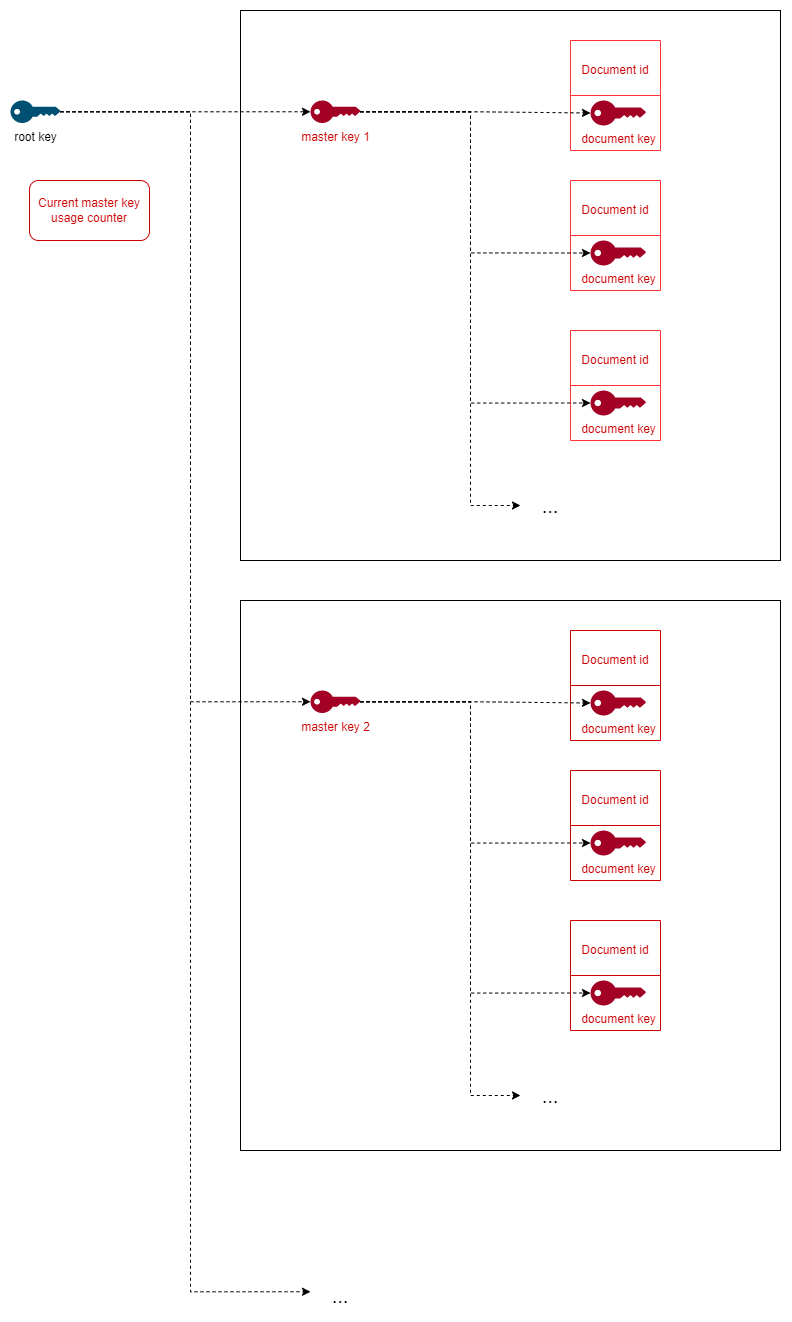
damienmaier/encrypted-vault keeps this draw.io diagram as readme-images/Storage document keys.drawio.png. Above is the earlier version. Source tidied: cells renumbered, new cells last; positions are measured from the earlier drawing's top-left corner, leaving out a move shared by most shapes.
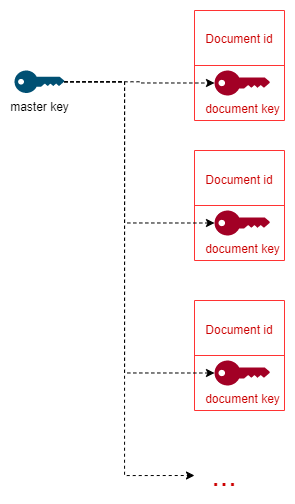
Above is the later version.

The edit, as a diff of the source:
```diff
@@ -2,22 +2,19 @@
   <root>
     <mxCell id="0" />
     <mxCell id="1" parent="0" />
-    <mxCell id="2" style="rounded=0;whiteSpace=wrap;html=1;fontSize=12;fillColor=none;" parent="1" vertex="1">
-      <mxGeometry x="230" width="540" height="550" as="geometry" />
-    </mxCell>
     <mxCell id="3" style="edgeStyle=orthogonalEdgeStyle;rounded=0;jettySize=auto;html=1;entryX=0;entryY=0.5;entryDx=0;entryDy=0;fontSize=12;dashed=1;" parent="1" edge="1" source="4" target="5">
       <mxGeometry relative="1" as="geometry">
         <Array as="points">
-          <mxPoint x="460" y="101" />
-          <mxPoint x="460" y="495" />
+          <mxPoint x="490" y="101" />
+          <mxPoint x="490" y="495" />
         </Array>
       </mxGeometry>
     </mxCell>
-    <mxCell id="4" value="&lt;font color=&quot;#cc0000&quot;&gt;master key 1&lt;/font&gt;" style="points=[[0,0.5,0],[0.24,0,0],[0.5,0.28,0],[0.995,0.475,0],[0.5,0.72,0],[0.24,1,0]];verticalLabelPosition=bottom;sketch=0;html=1;verticalAlign=top;align=center;shape=mxgraph.cisco19.key;fillColor=#a20025;strokeColor=#6F0000;fontColor=#ffffff;" parent="1" vertex="1">
-      <mxGeometry x="300" y="90" width="50" height="22.5" as="geometry" />
+    <mxCell id="4" value="&lt;font color=&quot;#000000&quot;&gt;master key&lt;br&gt;&lt;/font&gt;" style="points=[[0,0.5,0],[0.24,0,0],[0.5,0.28,0],[0.995,0.475,0],[0.5,0.72,0],[0.24,1,0]];verticalLabelPosition=bottom;sketch=0;html=1;verticalAlign=top;align=center;shape=mxgraph.cisco19.key;fillColor=#005073;strokeColor=#6F0000;fontColor=#ffffff;" parent="1" vertex="1">
+      <mxGeometry x="380" y="90" width="50" height="22.5" as="geometry" />
     </mxCell>
-    <mxCell id="5" value="&lt;font style=&quot;font-size: 20px;&quot;&gt;...&lt;/font&gt;" style="text;html=1;strokeColor=none;fillColor=none;align=center;verticalAlign=middle;whiteSpace=wrap;rounded=0;" parent="1" vertex="1">
-      <mxGeometry x="510" y="480" width="60" height="30" as="geometry" />
+    <mxCell id="5" value="&lt;font color=&quot;#cc0000&quot; style=&quot;font-size: 30px;&quot;&gt;...&lt;/font&gt;" style="text;html=1;strokeColor=none;fillColor=none;align=center;verticalAlign=middle;whiteSpace=wrap;rounded=0;" parent="1" vertex="1">
+      <mxGeometry x="560" y="480" width="60" height="30" as="geometry" />
     </mxCell>
     <mxCell id="6" style="shape=table;startSize=0;fontSize=15;strokeColor=#FF3333;" parent="1" vertex="1">
       <mxGeometry x="560" y="30" width="90" height="110" as="geometry" />
@@ -79,137 +76,18 @@
     <mxCell id="25" style="edgeStyle=orthogonalEdgeStyle;rounded=0;jettySize=auto;html=1;entryX=0;entryY=0.5;entryDx=0;entryDy=0;entryPerimeter=0;dashed=1;" parent="1" edge="1" source="4" target="18">
       <mxGeometry relative="1" as="geometry">
         <Array as="points">
-          <mxPoint x="460" y="101" />
-          <mxPoint x="460" y="243" />
+          <mxPoint x="490" y="101" />
+          <mxPoint x="490" y="243" />
         </Array>
       </mxGeometry>
     </mxCell>
     <mxCell id="26" style="edgeStyle=orthogonalEdgeStyle;rounded=0;jettySize=auto;html=1;entryX=0;entryY=0.5;entryDx=0;entryDy=0;entryPerimeter=0;dashed=1;" parent="1" edge="1" source="4" target="24">
       <mxGeometry relative="1" as="geometry">
         <Array as="points">
-          <mxPoint x="460" y="101" />
-          <mxPoint x="460" y="393" />
+          <mxPoint x="490" y="101" />
+          <mxPoint x="490" y="393" />
         </Array>
       </mxGeometry>
     </mxCell>
-    <mxCell id="27" style="rounded=0;whiteSpace=wrap;html=1;fontSize=12;fillColor=none;" parent="1" vertex="1">
-      <mxGeometry x="230" y="590" width="540" height="550" as="geometry" />
-    </mxCell>
-    <mxCell id="28" style="edgeStyle=orthogonalEdgeStyle;rounded=0;jettySize=auto;html=1;entryX=0;entryY=0.5;entryDx=0;entryDy=0;fontSize=12;dashed=1;" parent="1" edge="1" source="29" target="30">
-      <mxGeometry relative="1" as="geometry">
-        <Array as="points">
-          <mxPoint x="460" y="691" />
-          <mxPoint x="460" y="1085" />
-        </Array>
-      </mxGeometry>
-    </mxCell>
-    <mxCell id="29" value="&lt;font color=&quot;#cc0000&quot;&gt;master key 2&lt;/font&gt;" style="points=[[0,0.5,0],[0.24,0,0],[0.5,0.28,0],[0.995,0.475,0],[0.5,0.72,0],[0.24,1,0]];verticalLabelPosition=bottom;sketch=0;html=1;verticalAlign=top;align=center;shape=mxgraph.cisco19.key;fillColor=#a20025;strokeColor=#6F0000;fontColor=#ffffff;" parent="1" vertex="1">
-      <mxGeometry x="300" y="680" width="50" height="22.5" as="geometry" />
-    </mxCell>
-    <mxCell id="30" value="&lt;font style=&quot;font-size: 20px;&quot;&gt;...&lt;/font&gt;" style="text;html=1;strokeColor=none;fillColor=none;align=center;verticalAlign=middle;whiteSpace=wrap;rounded=0;" parent="1" vertex="1">
-      <mxGeometry x="510" y="1070" width="60" height="30" as="geometry" />
-    </mxCell>
-    <mxCell id="31" style="shape=table;startSize=0;fontSize=15;strokeColor=#CC0000;" parent="1" vertex="1">
-      <mxGeometry x="560" y="620" width="90" height="110" as="geometry" />
-    </mxCell>
-    <mxCell id="32" style="shape=tableRow;horizontal=0;startSize=0;swimlaneHead=0;swimlaneBody=0;top=0;left=0;bottom=0;right=0;fillColor=none;fontSize=15;" parent="31" vertex="1">
-      <mxGeometry width="90" height="55" as="geometry" />
-    </mxCell>
-    <mxCell id="33" value="&lt;span style=&quot;font-size: 12px;&quot;&gt;&lt;font color=&quot;#cc0000&quot;&gt;Document id&lt;/font&gt;&lt;/span&gt;" style="shape=partialRectangle;html=1;whiteSpace=wrap;overflow=hidden;fillColor=none;top=0;left=0;bottom=0;right=0;fontSize=15;strokeColor=#CC0000;" parent="32" vertex="1">
-      <mxGeometry width="90" height="55" as="geometry" />
-    </mxCell>
-    <mxCell id="34" style="shape=tableRow;horizontal=0;startSize=0;swimlaneHead=0;swimlaneBody=0;top=0;left=0;bottom=0;right=0;fillColor=none;fontSize=15;" parent="31" vertex="1">
-      <mxGeometry y="55" width="90" height="55" as="geometry" />
-    </mxCell>
-    <mxCell id="35" style="shape=partialRectangle;html=1;whiteSpace=wrap;overflow=hidden;fillColor=none;top=0;left=0;bottom=0;right=0;fontSize=15;" parent="34" vertex="1">
-      <mxGeometry width="90" height="55" as="geometry" />
-    </mxCell>
-    <mxCell id="36" value="&lt;font color=&quot;#cc0000&quot;&gt;document key&lt;/font&gt;" style="points=[[0,0.5,0],[0.24,0,0],[0.5,0.28,0],[0.995,0.475,0],[0.5,0.72,0],[0.24,1,0]];verticalLabelPosition=bottom;sketch=0;html=1;verticalAlign=top;align=center;shape=mxgraph.cisco19.key;fillColor=#a20025;strokeColor=#6F0000;fontColor=#ffffff;" parent="1" vertex="1">
-      <mxGeometry x="580" y="680" width="55.6" height="25" as="geometry" />
-    </mxCell>
-    <mxCell id="37" style="edgeStyle=orthogonalEdgeStyle;rounded=0;jettySize=auto;html=1;entryX=0;entryY=0.5;entryDx=0;entryDy=0;entryPerimeter=0;dashed=1;" parent="1" edge="1" source="29" target="36">
-      <mxGeometry relative="1" as="geometry" />
-    </mxCell>
-    <mxCell id="38" style="shape=table;startSize=0;fontSize=15;strokeColor=#CC0000;" parent="1" vertex="1">
-      <mxGeometry x="560" y="760" width="90" height="110" as="geometry" />
-    </mxCell>
-    <mxCell id="39" style="shape=tableRow;horizontal=0;startSize=0;swimlaneHead=0;swimlaneBody=0;top=0;left=0;bottom=0;right=0;fillColor=none;fontSize=15;" parent="38" vertex="1">
-      <mxGeometry width="90" height="55" as="geometry" />
-    </mxCell>
-    <mxCell id="40" value="&lt;span style=&quot;font-size: 12px;&quot;&gt;&lt;font color=&quot;#cc0000&quot;&gt;Document id&lt;/font&gt;&lt;/span&gt;" style="shape=partialRectangle;html=1;whiteSpace=wrap;overflow=hidden;fillColor=none;top=0;left=0;bottom=0;right=0;fontSize=15;" parent="39" vertex="1">
-      <mxGeometry width="90" height="55" as="geometry" />
-    </mxCell>
-    <mxCell id="41" style="shape=tableRow;horizontal=0;startSize=0;swimlaneHead=0;swimlaneBody=0;top=0;left=0;bottom=0;right=0;fillColor=none;fontSize=15;" parent="38" vertex="1">
-      <mxGeometry y="55" width="90" height="55" as="geometry" />
-    </mxCell>
-    <mxCell id="42" style="shape=partialRectangle;html=1;whiteSpace=wrap;overflow=hidden;fillColor=none;top=0;left=0;bottom=0;right=0;fontSize=15;" parent="41" vertex="1">
-      <mxGeometry width="90" height="55" as="geometry" />
-    </mxCell>
-    <mxCell id="43" value="&lt;font color=&quot;#cc0000&quot;&gt;document key&lt;/font&gt;" style="points=[[0,0.5,0],[0.24,0,0],[0.5,0.28,0],[0.995,0.475,0],[0.5,0.72,0],[0.24,1,0]];verticalLabelPosition=bottom;sketch=0;html=1;verticalAlign=top;align=center;shape=mxgraph.cisco19.key;fillColor=#a20025;strokeColor=#6F0000;fontColor=#ffffff;" parent="1" vertex="1">
-      <mxGeometry x="580" y="820" width="55.6" height="25" as="geometry" />
-    </mxCell>
-    <mxCell id="44" style="shape=table;startSize=0;fontSize=15;strokeColor=#CC0000;" parent="1" vertex="1">
-      <mxGeometry x="560" y="910" width="90" height="110" as="geometry" />
-    </mxCell>
-    <mxCell id="45" style="shape=tableRow;horizontal=0;startSize=0;swimlaneHead=0;swimlaneBody=0;top=0;left=0;bottom=0;right=0;fillColor=none;fontSize=15;" parent="44" vertex="1">
-      <mxGeometry width="90" height="55" as="geometry" />
-    </mxCell>
-    <mxCell id="46" value="&lt;span style=&quot;font-size: 12px;&quot;&gt;&lt;font color=&quot;#cc0000&quot;&gt;Document id&lt;/font&gt;&lt;/span&gt;" style="shape=partialRectangle;html=1;whiteSpace=wrap;overflow=hidden;fillColor=none;top=0;left=0;bottom=0;right=0;fontSize=15;" parent="45" vertex="1">
-      <mxGeometry width="90" height="55" as="geometry" />
-    </mxCell>
-    <mxCell id="47" style="shape=tableRow;horizontal=0;startSize=0;swimlaneHead=0;swimlaneBody=0;top=0;left=0;bottom=0;right=0;fillColor=none;fontSize=15;" parent="44" vertex="1">
-      <mxGeometry y="55" width="90" height="55" as="geometry" />
-    </mxCell>
-    <mxCell id="48" style="shape=partialRectangle;html=1;whiteSpace=wrap;overflow=hidden;fillColor=none;top=0;left=0;bottom=0;right=0;fontSize=15;" parent="47" vertex="1">
-      <mxGeometry width="90" height="55" as="geometry" />
-    </mxCell>
-    <mxCell id="49" value="&lt;font color=&quot;#cc0000&quot;&gt;document key&lt;/font&gt;" style="points=[[0,0.5,0],[0.24,0,0],[0.5,0.28,0],[0.995,0.475,0],[0.5,0.72,0],[0.24,1,0]];verticalLabelPosition=bottom;sketch=0;html=1;verticalAlign=top;align=center;shape=mxgraph.cisco19.key;fillColor=#a20025;strokeColor=#6F0000;fontColor=#ffffff;" parent="1" vertex="1">
-      <mxGeometry x="580" y="970" width="55.6" height="25" as="geometry" />
-    </mxCell>
-    <mxCell id="50" style="edgeStyle=orthogonalEdgeStyle;rounded=0;jettySize=auto;html=1;entryX=0;entryY=0.5;entryDx=0;entryDy=0;entryPerimeter=0;dashed=1;" parent="1" edge="1" source="29" target="43">
-      <mxGeometry relative="1" as="geometry">
-        <Array as="points">
-          <mxPoint x="460" y="691" />
-          <mxPoint x="460" y="833" />
-        </Array>
-      </mxGeometry>
-    </mxCell>
-    <mxCell id="51" style="edgeStyle=orthogonalEdgeStyle;rounded=0;jettySize=auto;html=1;entryX=0;entryY=0.5;entryDx=0;entryDy=0;entryPerimeter=0;dashed=1;" parent="1" edge="1" source="29" target="49">
-      <mxGeometry relative="1" as="geometry">
-        <Array as="points">
-          <mxPoint x="460" y="691" />
-          <mxPoint x="460" y="983" />
-        </Array>
-      </mxGeometry>
-    </mxCell>
-    <mxCell id="52" style="edgeStyle=orthogonalEdgeStyle;rounded=0;jettySize=auto;html=1;entryX=0;entryY=0.5;entryDx=0;entryDy=0;entryPerimeter=0;fontSize=12;dashed=1;" parent="1" edge="1" source="55" target="4">
-      <mxGeometry relative="1" as="geometry" />
-    </mxCell>
-    <mxCell id="53" style="edgeStyle=orthogonalEdgeStyle;rounded=0;jettySize=auto;html=1;entryX=0;entryY=0.5;entryDx=0;entryDy=0;entryPerimeter=0;fontSize=12;dashed=1;" parent="1" edge="1" source="55" target="29">
-      <mxGeometry relative="1" as="geometry">
-        <Array as="points">
-          <mxPoint x="180" y="101" />
-          <mxPoint x="180" y="691" />
-        </Array>
-      </mxGeometry>
-    </mxCell>
-    <mxCell id="54" style="edgeStyle=orthogonalEdgeStyle;rounded=0;jettySize=auto;html=1;entryX=0;entryY=0.5;entryDx=0;entryDy=0;entryPerimeter=0;fontSize=12;dashed=1;" parent="1" edge="1" source="55">
-      <mxGeometry relative="1" as="geometry">
-        <mxPoint x="300" y="1281.2" as="targetPoint" />
-        <Array as="points">
-          <mxPoint x="180" y="101" />
-          <mxPoint x="180" y="1281" />
-        </Array>
-      </mxGeometry>
-    </mxCell>
-    <mxCell id="55" value="root key" style="points=[[0,0.5,0],[0.24,0,0],[0.5,0.28,0],[0.995,0.475,0],[0.5,0.72,0],[0.24,1,0]];verticalLabelPosition=bottom;sketch=0;html=1;verticalAlign=top;align=center;shape=mxgraph.cisco19.key;fillColor=#005073;strokeColor=none;" parent="1" vertex="1">
-      <mxGeometry y="90" width="50" height="22.5" as="geometry" />
-    </mxCell>
-    <mxCell id="56" value="&lt;font style=&quot;font-size: 20px;&quot;&gt;...&lt;/font&gt;" style="text;html=1;strokeColor=none;fillColor=none;align=center;verticalAlign=middle;whiteSpace=wrap;rounded=0;" parent="1" vertex="1">
-      <mxGeometry x="300" y="1270" width="60" height="30" as="geometry" />
-    </mxCell>
-    <mxCell id="57" value="&lt;font color=&quot;#cc0000&quot;&gt;Current master key usage counter&lt;/font&gt;" style="rounded=1;whiteSpace=wrap;html=1;fontSize=12;fillColor=none;strokeColor=#CC0000;" parent="1" vertex="1">
-      <mxGeometry x="19" y="170" width="120" height="60" as="geometry" />
-    </mxCell>
   </root>
 </mxGraphModel>
```
